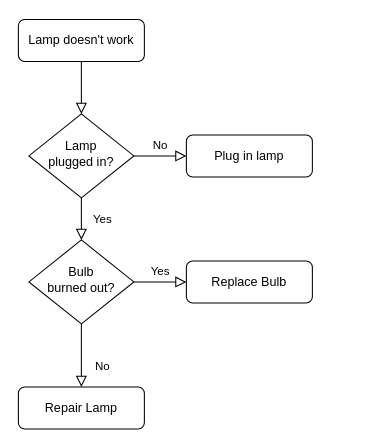
Earlier version of the draw.io diagram Revelation-Diary/Source/FlowChart/DeleteAccount.drawio (Revelation-22/Revelation-Diary). Source tidied: cells renumbered, new cells numbered last; positions are measured from the earlier drawing's top-left corner, leaving out a move shared by most shapes. Both pictures are drawn from the tidied source at 105%, with x=0, y=0 at pixel (18, 19).
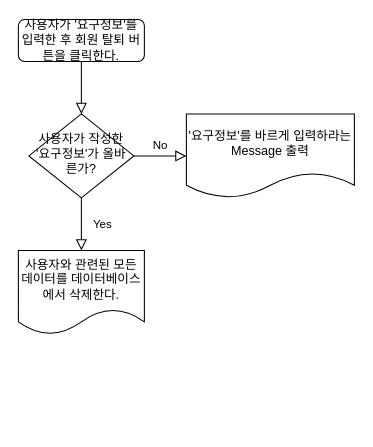
The same diagram, later.

Change to the diagram source:
```diff
@@
 <mxGraphModel>
   <root>
     <mxCell id="0" />
     <mxCell id="1" parent="0" />
     <mxCell id="2" style="rounded=0;html=1;jettySize=auto;fontSize=11;endArrow=block;endFill=0;endSize=8;strokeWidth=1;shadow=0;labelBackgroundColor=none;edgeStyle=orthogonalEdgeStyle;" parent="1" edge="1" source="3" target="6">
       <mxGeometry relative="1" as="geometry" />
     </mxCell>
-    <mxCell id="3" value="Lamp doesn't work" style="rounded=1;whiteSpace=wrap;html=1;fontSize=12;glass=0;strokeWidth=1;shadow=0;" parent="1" vertex="1">
+    <mxCell id="3" value="사용자가 '요구정보'를 입력한 후 회원 탈퇴 버튼을 클릭한다." style="rounded=1;whiteSpace=wrap;html=1;fontSize=12;glass=0;strokeWidth=1;shadow=0;" parent="1" vertex="1">
       <mxGeometry width="120" height="40" as="geometry" />
     </mxCell>
-    <mxCell id="4" value="Yes" style="rounded=0;html=1;jettySize=auto;fontSize=11;endArrow=block;endFill=0;endSize=8;strokeWidth=1;shadow=0;labelBackgroundColor=none;edgeStyle=orthogonalEdgeStyle;" parent="1" edge="1" source="6" target="10">
+    <mxCell id="4" value="Yes" style="rounded=0;html=1;jettySize=auto;fontSize=11;endArrow=block;endFill=0;endSize=8;strokeWidth=1;shadow=0;labelBackgroundColor=none;edgeStyle=orthogonalEdgeStyle;" parent="1" edge="1" source="6" target="13">
       <mxGeometry y="20" relative="1" as="geometry" />
     </mxCell>
-    <mxCell id="5" value="No" style="edgeStyle=orthogonalEdgeStyle;rounded=0;html=1;jettySize=auto;fontSize=11;endArrow=block;endFill=0;endSize=8;strokeWidth=1;shadow=0;labelBackgroundColor=none;" parent="1" edge="1" source="6" target="7">
+    <mxCell id="5" value="No" style="edgeStyle=orthogonalEdgeStyle;rounded=0;html=1;jettySize=auto;fontSize=11;endArrow=block;endFill=0;endSize=8;strokeWidth=1;shadow=0;labelBackgroundColor=none;" parent="1" edge="1" source="6" target="14">
       <mxGeometry y="10" relative="1" as="geometry" />
     </mxCell>
-    <mxCell id="6" value="Lamp&lt;br&gt;plugged in?" style="rhombus;whiteSpace=wrap;html=1;shadow=0;fontFamily=Helvetica;fontSize=12;align=center;strokeWidth=1;spacing=6;spacingTop=-4;" parent="1" vertex="1">
+    <mxCell id="6" value="사용자가 작성한 '요구정보'가 올바른가?" style="rhombus;whiteSpace=wrap;html=1;shadow=0;fontFamily=Helvetica;fontSize=12;align=center;strokeWidth=1;spacing=6;spacingTop=-4;" parent="1" vertex="1">
       <mxGeometry x="10" y="90" width="100" height="80" as="geometry" />
     </mxCell>
-    <mxCell id="7" value="Plug in lamp" style="rounded=1;whiteSpace=wrap;html=1;fontSize=12;glass=0;strokeWidth=1;shadow=0;" parent="1" vertex="1">
-      <mxGeometry x="160" y="110" width="120" height="40" as="geometry" />
-    </mxCell>
-    <mxCell id="8" value="No" style="rounded=0;html=1;jettySize=auto;fontSize=11;endArrow=block;endFill=0;endSize=8;strokeWidth=1;shadow=0;labelBackgroundColor=none;edgeStyle=orthogonalEdgeStyle;" parent="1" edge="1" source="10" target="11">
-      <mxGeometry x="0.33" y="20" relative="1" as="geometry" />
-    </mxCell>
-    <mxCell id="9" value="Yes" style="edgeStyle=orthogonalEdgeStyle;rounded=0;html=1;jettySize=auto;fontSize=11;endArrow=block;endFill=0;endSize=8;strokeWidth=1;shadow=0;labelBackgroundColor=none;" parent="1" edge="1" source="10" target="12">
-      <mxGeometry y="10" relative="1" as="geometry" />
-    </mxCell>
-    <mxCell id="10" value="Bulb&lt;br&gt;burned out?" style="rhombus;whiteSpace=wrap;html=1;shadow=0;fontFamily=Helvetica;fontSize=12;align=center;strokeWidth=1;spacing=6;spacingTop=-4;" parent="1" vertex="1">
-      <mxGeometry x="10" y="210" width="100" height="80" as="geometry" />
-    </mxCell>
-    <mxCell id="11" value="Repair Lamp" style="rounded=1;whiteSpace=wrap;html=1;fontSize=12;glass=0;strokeWidth=1;shadow=0;" parent="1" vertex="1">
-      <mxGeometry y="350" width="120" height="40" as="geometry" />
-    </mxCell>
-    <mxCell id="12" value="Replace Bulb" style="rounded=1;whiteSpace=wrap;html=1;fontSize=12;glass=0;strokeWidth=1;shadow=0;" parent="1" vertex="1">
-      <mxGeometry x="160" y="230" width="120" height="40" as="geometry" />
-    </mxCell>
+    <mxCell id="13" value="사용자와 관련된 모든 데이터를 데이터베이스에서 삭제한다." style="shape=document;whiteSpace=wrap;html=1;boundedLbl=1;" parent="1" vertex="1">
+      <mxGeometry y="220" width="120" height="80" as="geometry" />
+    </mxCell>
+    <mxCell id="14" value="'요구정보'를 바르게 입력하라는 Message 출력" style="shape=document;whiteSpace=wrap;html=1;boundedLbl=1;" parent="1" vertex="1">
+      <mxGeometry x="160" y="90" width="160" height="80" as="geometry" />
+    </mxCell>
   </root>
 </mxGraphModel>
```
